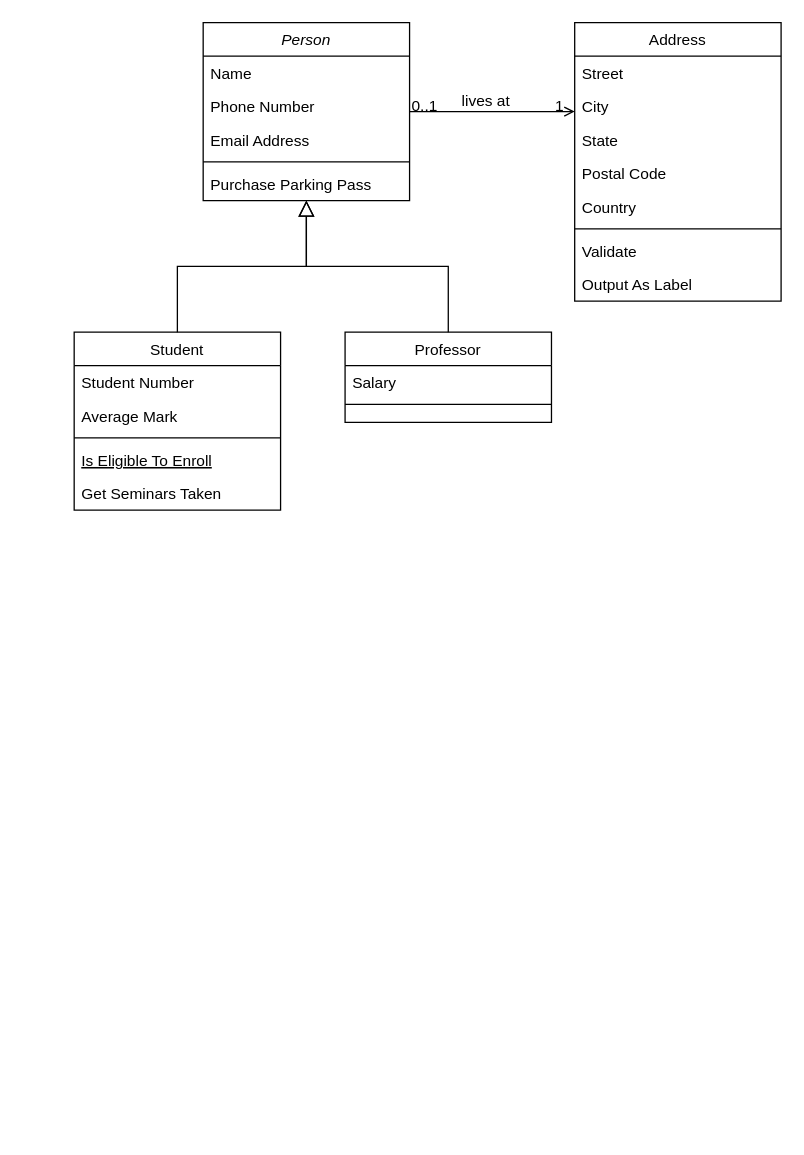
This is src/main/java/Budget Planner Template.drawio from AKing982/BudgetBuddy, a draw.io file, before an edit. Source tidied: cells renumbered, new cells numbered last; positions are measured from the earlier drawing's top-left corner, leaving out a move shared by most shapes. Both pictures are drawn from the tidied source at 129%, with x=0, y=0 at pixel (74, 22).
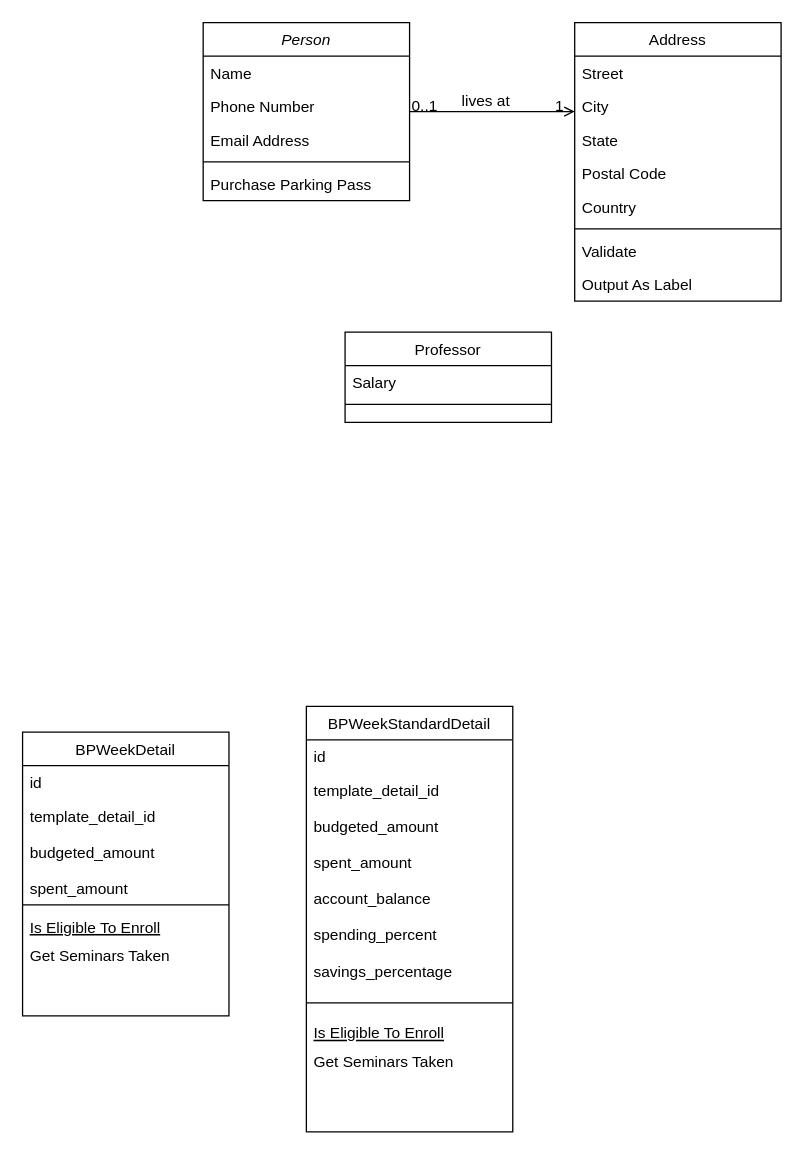
After the change.

Unchanged cells that the change refers to:
```xml
<mxCell id="2" value="Person" style="swimlane;fontStyle=2;align=center;verticalAlign=top;horizontal=1;startSize=26;rounded=0;shadow=0;strokeWidth=1;" parent="1" vertex="1">
  <mxGeometry x="100" width="160" height="138" as="geometry" />
</mxCell>
<mxCell id="15" value="Professor" style="swimlane;fontStyle=0;align=center;verticalAlign=top;horizontal=1;startSize=26;rounded=0;shadow=0;strokeWidth=1;" parent="1" vertex="1">
  <mxGeometry x="210" y="240" width="160" height="70" as="geometry" />
</mxCell>
```

What changed in the source:
```diff
@@
-    <mxCell id="8" value="Student" style="swimlane;fontStyle=0;align=center;verticalAlign=top;horizontal=1;startSize=26;rounded=0;shadow=0;strokeWidth=1;" parent="1" vertex="1">
-      <mxGeometry y="240" width="160" height="138" as="geometry" />
+    <mxCell id="8" value="BPWeekDetail" style="swimlane;fontStyle=0;align=center;verticalAlign=top;horizontal=1;startSize=26;rounded=0;shadow=0;strokeWidth=1;" parent="1" vertex="1">
+      <mxGeometry x="-40" y="550" width="160" height="220" as="geometry" />
     </mxCell>
-    <mxCell id="9" value="Student Number" style="text;align=left;verticalAlign=top;spacingLeft=4;spacingRight=4;overflow=hidden;" parent="8" vertex="1">
+    <mxCell id="9" value="id" style="text;align=left;verticalAlign=top;spacingLeft=4;spacingRight=4;overflow=hidden;" parent="8" vertex="1">
       <mxGeometry y="26" width="160" height="26" as="geometry" />
     </mxCell>
-    <mxCell id="10" value="Average Mark" style="text;align=left;verticalAlign=top;spacingLeft=4;spacingRight=4;overflow=hidden;rounded=0;shadow=0;html=0;" parent="8" vertex="1">
-      <mxGeometry y="52" width="160" height="26" as="geometry" />
+    <mxCell id="10" value="template_detail_id&#10;&#10;budgeted_amount&#10;&#10;spent_amount" style="text;align=left;verticalAlign=top;spacingLeft=4;spacingRight=4;overflow=hidden;rounded=0;shadow=0;html=0;" parent="8" vertex="1">
+      <mxGeometry y="52" width="160" height="78" as="geometry" />
     </mxCell>
     <mxCell id="11" style="line;html=1;strokeWidth=1;align=left;verticalAlign=middle;spacingTop=-1;spacingLeft=3;spacingRight=3;labelPosition=right;" parent="8" vertex="1">
-      <mxGeometry y="78" width="160" height="8" as="geometry" />
+      <mxGeometry y="130" width="160" height="8" as="geometry" />
     </mxCell>
     <mxCell id="12" value="Is Eligible To Enroll" style="text;align=left;verticalAlign=top;spacingLeft=4;spacingRight=4;overflow=hidden;fontStyle=4;" parent="8" vertex="1">
-      <mxGeometry y="86" width="160" height="26" as="geometry" />
+      <mxGeometry y="138" width="160" height="22" as="geometry" />
     </mxCell>
     <mxCell id="13" value="Get Seminars Taken" style="text;align=left;verticalAlign=top;spacingLeft=4;spacingRight=4;overflow=hidden;" parent="8" vertex="1">
-      <mxGeometry y="112" width="160" height="26" as="geometry" />
+      <mxGeometry y="160" width="160" height="22" as="geometry" />
     </mxCell>
-    <mxCell id="14" style="endArrow=block;endSize=10;endFill=0;shadow=0;strokeWidth=1;rounded=0;curved=0;edgeStyle=elbowEdgeStyle;elbow=vertical;" parent="1" edge="1" source="8" target="2">
-      <mxGeometry relative="1" as="geometry" />
-    </mxCell>
@@
-    <mxCell id="18" style="endArrow=block;endSize=10;endFill=0;shadow=0;strokeWidth=1;rounded=0;curved=0;edgeStyle=elbowEdgeStyle;elbow=vertical;" parent="1" edge="1" source="15" target="2">
-      <mxGeometry relative="1" as="geometry" />
-    </mxCell>
@@
+    <mxCell id="32" value="BPWeekStandardDetail" style="swimlane;fontStyle=0;align=center;verticalAlign=top;horizontal=1;startSize=26;rounded=0;shadow=0;strokeWidth=1;" parent="1" vertex="1">
+      <mxGeometry x="180" y="530" width="160" height="330" as="geometry" />
+    </mxCell>
+    <mxCell id="33" value="id" style="text;align=left;verticalAlign=top;spacingLeft=4;spacingRight=4;overflow=hidden;" parent="32" vertex="1">
+      <mxGeometry y="26" width="160" height="26" as="geometry" />
+    </mxCell>
+    <mxCell id="34" value="template_detail_id&#10;&#10;budgeted_amount&#10;&#10;spent_amount&#10;&#10;account_balance&#10;&#10;spending_percent&#10;&#10;savings_percentage" style="text;align=left;verticalAlign=top;spacingLeft=4;spacingRight=4;overflow=hidden;rounded=0;shadow=0;html=0;" parent="32" vertex="1">
+      <mxGeometry y="52" width="160" height="168" as="geometry" />
+    </mxCell>
+    <mxCell id="35" style="line;html=1;strokeWidth=1;align=left;verticalAlign=middle;spacingTop=-1;spacingLeft=3;spacingRight=3;labelPosition=right;" parent="32" vertex="1">
+      <mxGeometry y="220" width="160" height="20" as="geometry" />
+    </mxCell>
+    <mxCell id="36" value="Is Eligible To Enroll" style="text;align=left;verticalAlign=top;spacingLeft=4;spacingRight=4;overflow=hidden;fontStyle=4;" parent="32" vertex="1">
+      <mxGeometry y="240" width="160" height="22" as="geometry" />
+    </mxCell>
+    <mxCell id="37" value="Get Seminars Taken" style="text;align=left;verticalAlign=top;spacingLeft=4;spacingRight=4;overflow=hidden;" parent="32" vertex="1">
+      <mxGeometry y="262" width="160" height="22" as="geometry" />
+    </mxCell>
```
